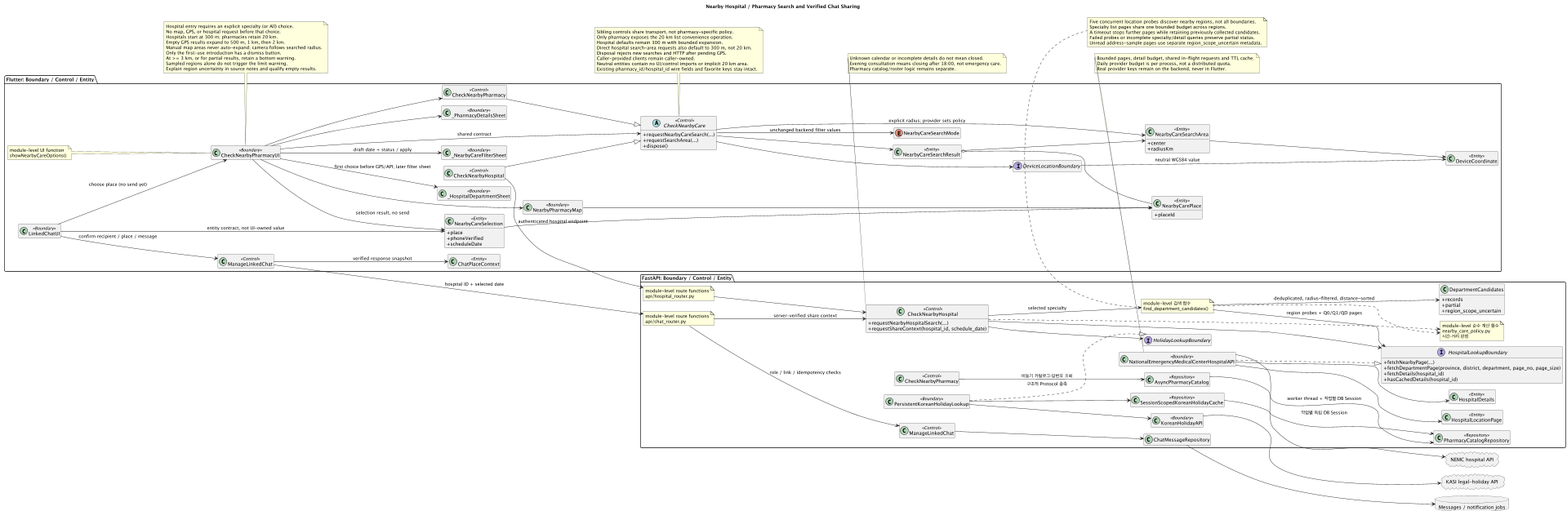
Before: docs/UML/class/07_NearbyCare.png, a diagram exported from PlantUML (1window2/MedBuddy).
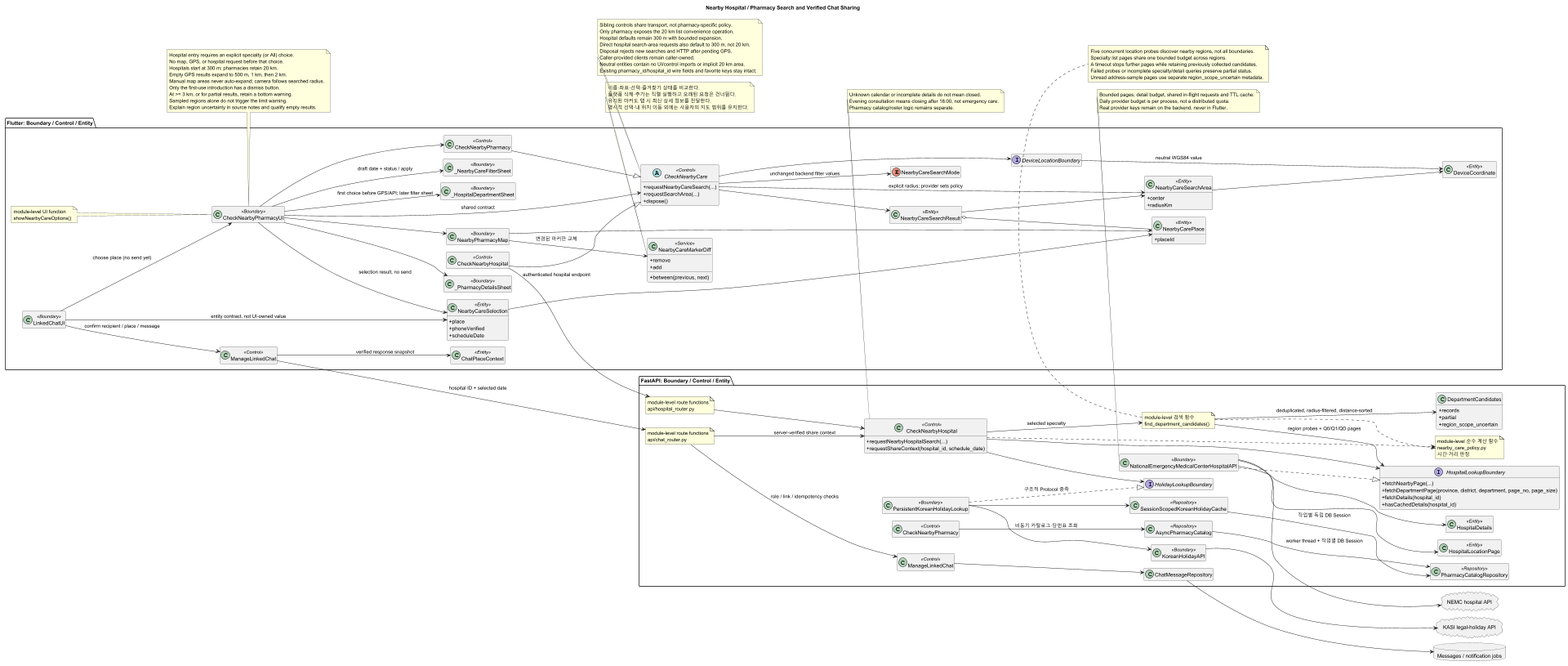
The same file after the commit.

The edit, as a diff of the source:
```diff
@@ -16,6 +16,11 @@
   class "_NearbyCareFilterSheet" as NearbyCareFilterSheet <<Boundary>>
   class "_PharmacyDetailsSheet" as PharmacyDetailsSheet <<Boundary>>
   class "NearbyPharmacyMap" as NearbyPharmacyMapWidget <<Boundary>>
+  class NearbyCareMarkerDiff <<Service>> {
+    + between(previous, next)
+    + remove
+    + add
+  }
   abstract class "CheckNearbyCare" as FCare <<Control>> {
     + requestNearbyCareSearch(...)
     + requestSearchArea(...)
@@ -101,6 +106,13 @@
 NearbyCareSearchArea --> DeviceCoordinate
 CheckNearbyPharmacyUI --> NearbyCareSelection : selection result, no send
 NearbyPharmacyMapWidget --> NearbyCarePlace
+NearbyPharmacyMapWidget --> NearbyCareMarkerDiff : 변경된 마커만 교체
+note bottom of NearbyCareMarkerDiff
+  이름·좌표·선택·즐겨찾기 상태를 비교한다.
+  플랫폼 삭제·추가는 직렬 실행하고 오래된 요청은 건너뛴다.
+  유지된 마커도 탭 시 최신 상세 정보를 전달한다.
+  명시적 선택·내 위치 이동 외에는 사용자의 지도 범위를 유지한다.
+end note
 HospitalRouter --> BHospital
 BHospital --> HospitalLookupBoundary
 BHospital --> DepartmentSearch : selected specialty
```
